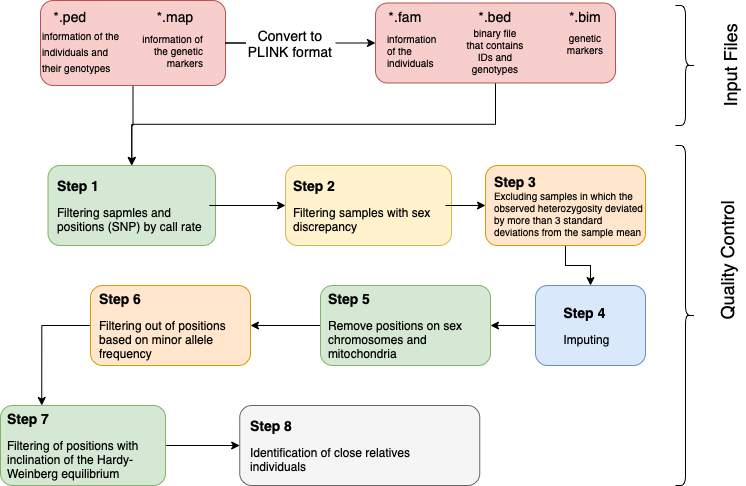
DIliushchenko/GWAS_IB keeps this draw.io diagram as pipline.png. Above is the earlier version. Source tidied: cells renumbered, new cells last; positions are measured from the earlier drawing's top-left corner, leaving out a move shared by most shapes.
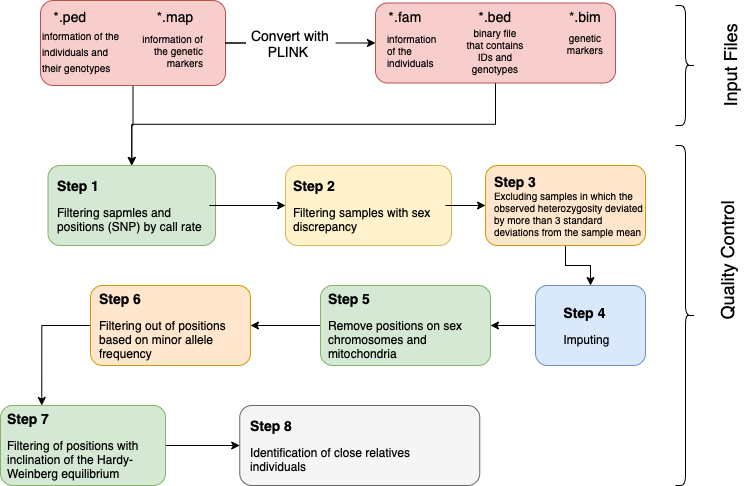
After the change.

The edit, as a diff of the source:
```diff
@@ -80,7 +80,7 @@
     <mxCell id="27" value="&lt;font style=&quot;font-size: 14px;&quot;&gt;*.bim&lt;/font&gt;" style="text;html=1;strokeColor=none;fillColor=none;align=center;verticalAlign=middle;whiteSpace=wrap;rounded=0;fontSize=18;" parent="1" vertex="1">
       <mxGeometry x="555" width="60" height="30" as="geometry" />
     </mxCell>
-    <mxCell id="28" value="Convert to PLINK format" style="text;html=1;strokeColor=none;fillColor=none;align=center;verticalAlign=middle;whiteSpace=wrap;rounded=0;fontSize=14;" parent="1" vertex="1">
+    <mxCell id="28" value="Convert with PLINK&amp;nbsp;" style="text;html=1;strokeColor=none;fillColor=none;align=center;verticalAlign=middle;whiteSpace=wrap;rounded=0;fontSize=14;" parent="1" vertex="1">
       <mxGeometry x="245" y="22.5" width="90" height="40" as="geometry" />
     </mxCell>
     <mxCell id="29" style="edgeStyle=orthogonalEdgeStyle;rounded=0;jettySize=auto;html=1;fontSize=18;endArrow=none;" parent="1" edge="1" source="10" target="28">
```
